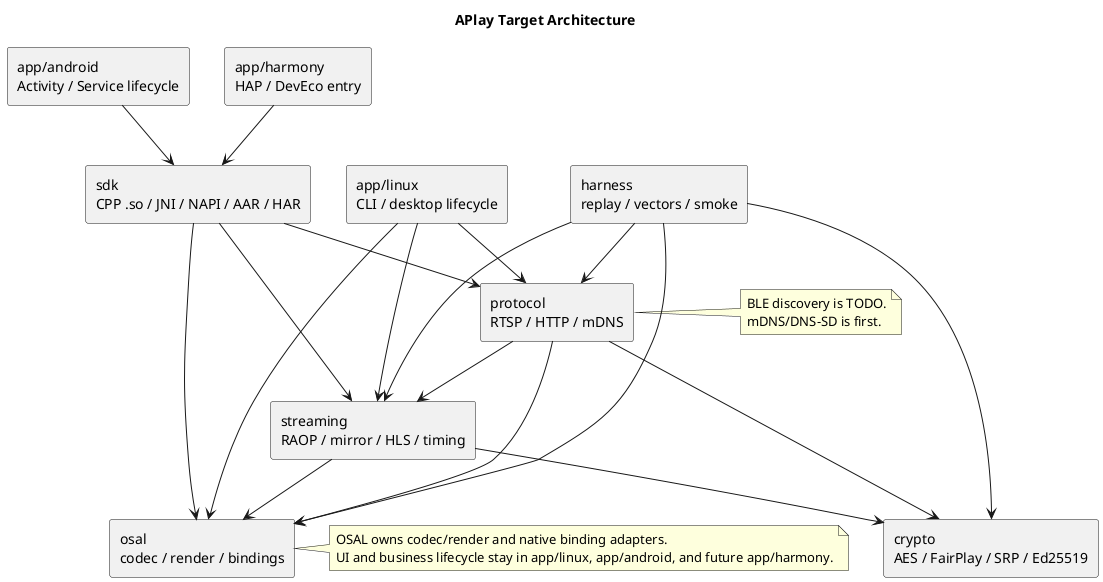
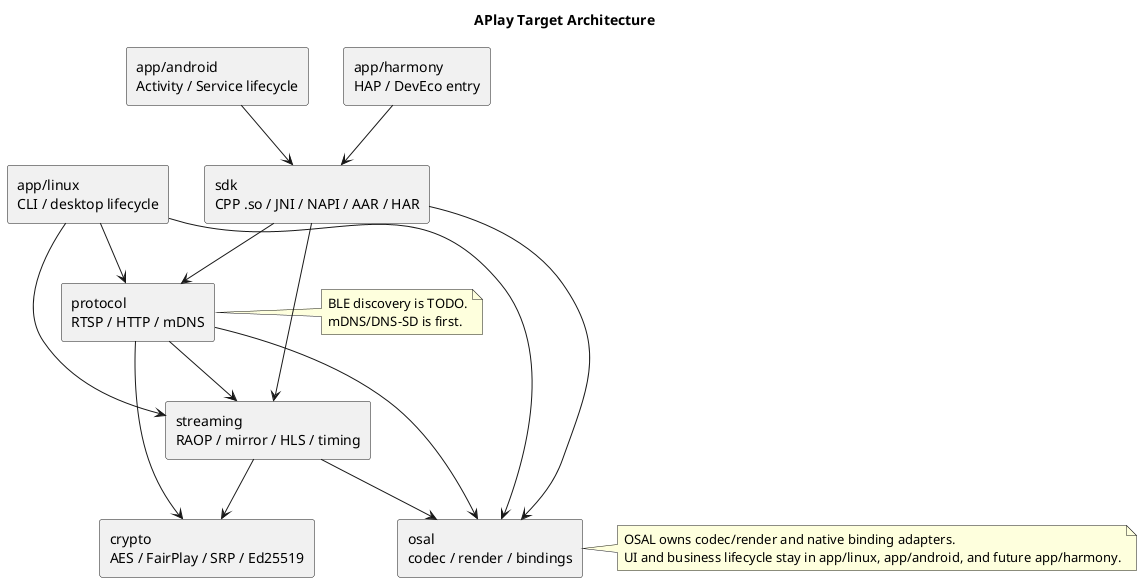
@startuml
title APlay Target Architecture

skinparam componentStyle rectangle

component "app/linux\nCLI / desktop lifecycle" as LinuxApp
component "sdk\nCPP .so / JNI / NAPI / AAR / HAR" as Sdk
component "app/android\nActivity / Service lifecycle" as AndroidApp
component "app/harmony\nHAP / DevEco entry" as HarmonyApp
component "protocol\nRTSP / HTTP / mDNS" as Protocol
component "streaming\nRAOP / mirror / HLS / timing" as Streaming
component "crypto\nAES / FairPlay / SRP / Ed25519" as Crypto
component "osal\ncodec / render / bindings" as Osal
- component "harness\nreplay / vectors / smoke" as Harness

LinuxApp --> Protocol
LinuxApp --> Streaming
LinuxApp --> Osal
AndroidApp --> Sdk
HarmonyApp --> Sdk
Sdk --> Protocol
Sdk --> Streaming
Sdk --> Osal
Protocol --> Crypto
Protocol --> Streaming
Protocol --> Osal
Streaming --> Crypto
Streaming --> Osal
- Harness --> Protocol
- Harness --> Streaming
- Harness --> Crypto
- Harness --> Osal

note right of Protocol
BLE discovery is TODO.
mDNS/DNS-SD is first.
end note

note right of Osal
OSAL owns codec/render and native binding adapters.
UI and business lifecycle stay in app/linux, app/android, and future app/harmony.
end note

@enduml
